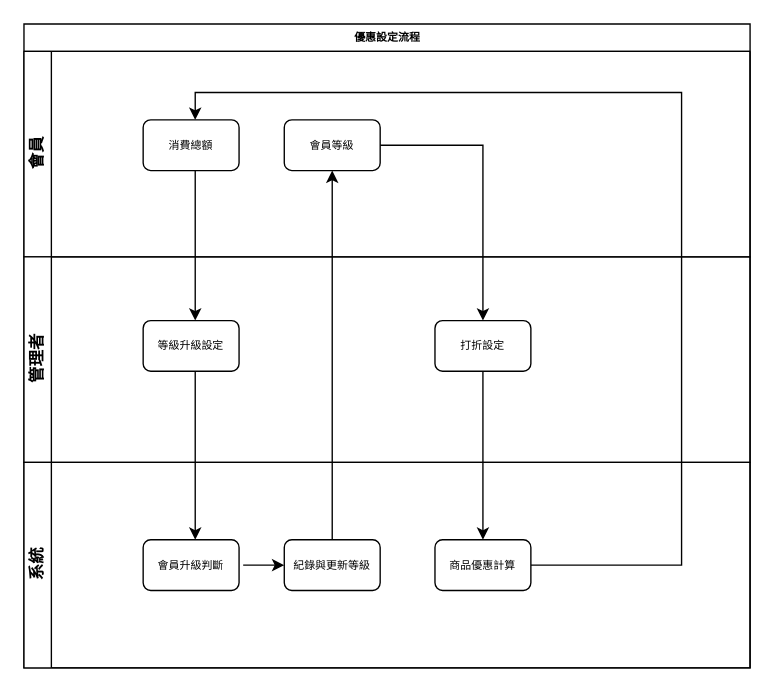
This is page "優惠設定流程" (2 of 2) of 系統規劃/購物網系統流程.drawio from Shenyoyo/ShoppingWeb, a draw.io file, before an edit. Source tidied: cells renumbered, new cells numbered last; positions are measured from the earlier drawing's top-left corner, leaving out a move shared by most shapes. Both pictures are drawn from the tidied source at 137%, with x=0, y=0 at pixel (23, 23).
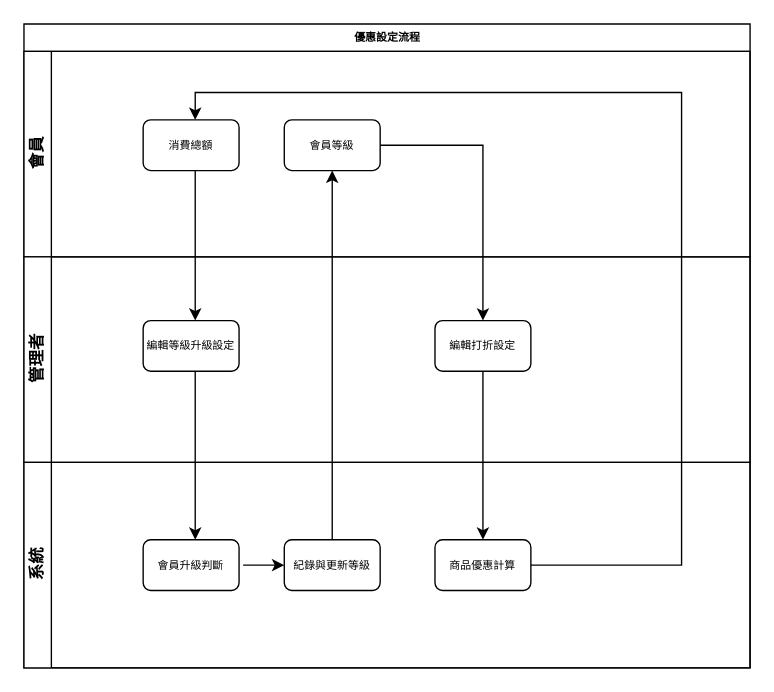
The same page after the edit.

Unchanged cells that the change refers to:
```xml
<mxCell id="12" value="管理者" style="swimlane;html=1;startSize=20;horizontal=0;" parent="2" vertex="1">
  <mxGeometry y="170" width="530" height="150" as="geometry" />
</mxCell>
```

The edit, as a diff of the source:
```diff
@@
-    <mxCell id="13" value="等級升級設定" style="rounded=1;whiteSpace=wrap;html=1;shadow=0;labelBackgroundColor=none;strokeWidth=1;fontFamily=Verdana;fontSize=8;align=center;" parent="12" vertex="1">
+    <mxCell id="13" value="編輯等級升級設定" style="rounded=1;whiteSpace=wrap;html=1;shadow=0;labelBackgroundColor=none;strokeWidth=1;fontFamily=Verdana;fontSize=8;align=center;" parent="12" vertex="1">
       <mxGeometry x="87" y="46.5" width="70" height="37" as="geometry" />
     </mxCell>
-    <mxCell id="14" value="打折設定" style="rounded=1;whiteSpace=wrap;html=1;shadow=0;labelBackgroundColor=none;strokeWidth=1;fontFamily=Verdana;fontSize=8;align=center;" parent="12" vertex="1">
+    <mxCell id="14" value="編輯打折設定" style="rounded=1;whiteSpace=wrap;html=1;shadow=0;labelBackgroundColor=none;strokeWidth=1;fontFamily=Verdana;fontSize=8;align=center;" parent="12" vertex="1">
       <mxGeometry x="300" y="46.5" width="70" height="37" as="geometry" />
     </mxCell>
```
